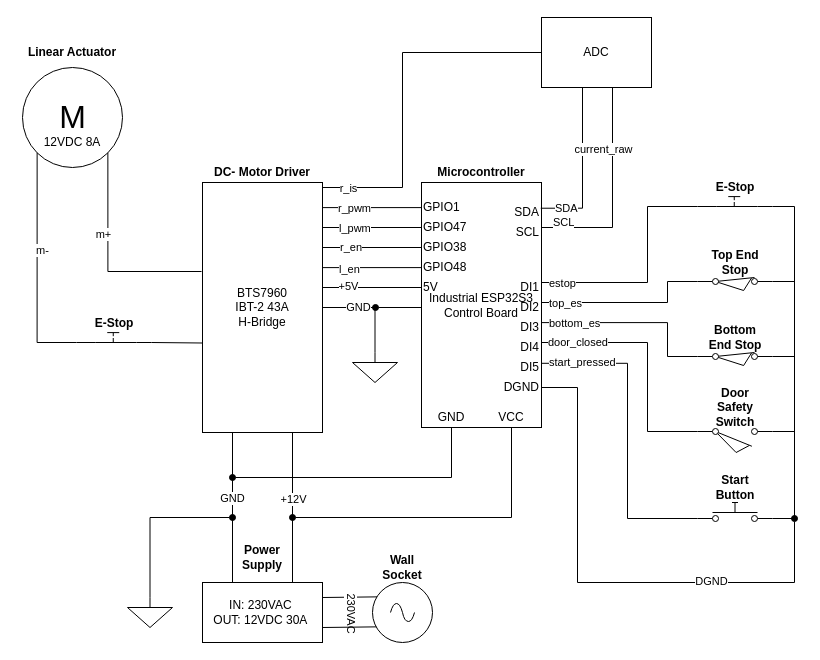
Before: diagrams/electrical schematic Papppresse.drawio in niklasdathe/Papppresse, a draw.io diagram. Source tidied: cells renumbered, new cells numbered last; positions are measured from the earlier drawing's top-left corner, leaving out a move shared by most shapes. Both pictures are drawn from the tidied source at 100%, with x=0, y=0 at pixel (17, 17).
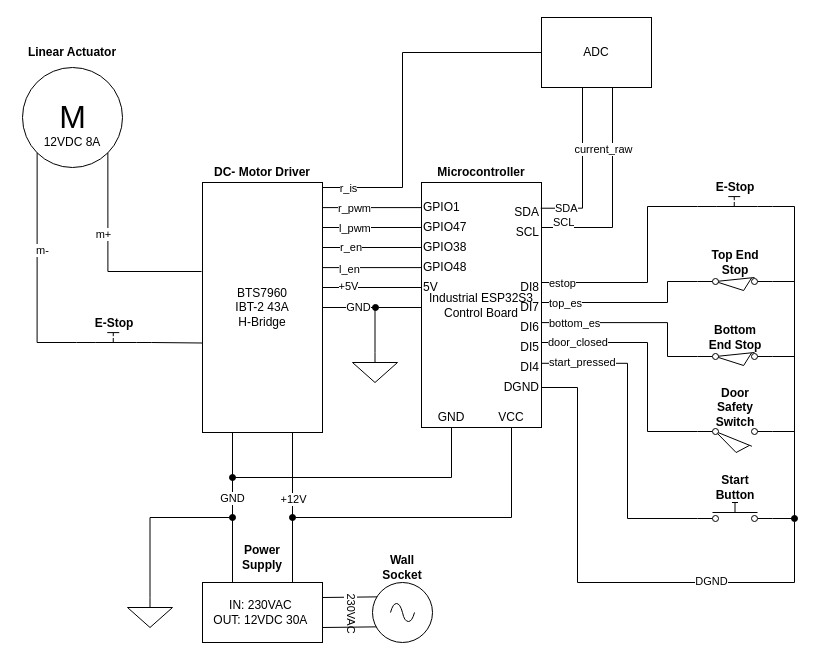
The same page after the edit.

The edit, as a diff of the source:
```diff
@@
-    <mxCell id="72" value="DI1" style="text;html=1;whiteSpace=wrap;strokeColor=none;fillColor=none;align=right;verticalAlign=middle;rounded=0;" parent="1" vertex="1">
+    <mxCell id="72" value="DI8" style="text;html=1;whiteSpace=wrap;strokeColor=none;fillColor=none;align=right;verticalAlign=middle;rounded=0;" parent="1" vertex="1">
       <mxGeometry x="464" y="255" width="60" height="30" as="geometry" />
     </mxCell>
-    <mxCell id="73" value="DI2" style="text;html=1;whiteSpace=wrap;strokeColor=none;fillColor=none;align=right;verticalAlign=middle;rounded=0;" parent="1" vertex="1">
+    <mxCell id="73" value="DI7" style="text;html=1;whiteSpace=wrap;strokeColor=none;fillColor=none;align=right;verticalAlign=middle;rounded=0;" parent="1" vertex="1">
       <mxGeometry x="464" y="275" width="60" height="30" as="geometry" />
     </mxCell>
-    <mxCell id="74" value="DI3" style="text;html=1;whiteSpace=wrap;strokeColor=none;fillColor=none;align=right;verticalAlign=middle;rounded=0;" parent="1" vertex="1">
+    <mxCell id="74" value="DI6" style="text;html=1;whiteSpace=wrap;strokeColor=none;fillColor=none;align=right;verticalAlign=middle;rounded=0;" parent="1" vertex="1">
       <mxGeometry x="464" y="295" width="60" height="30" as="geometry" />
     </mxCell>
-    <mxCell id="75" value="DI4" style="text;html=1;whiteSpace=wrap;strokeColor=none;fillColor=none;align=right;verticalAlign=middle;rounded=0;" parent="1" vertex="1">
+    <mxCell id="75" value="DI5" style="text;html=1;whiteSpace=wrap;strokeColor=none;fillColor=none;align=right;verticalAlign=middle;rounded=0;" parent="1" vertex="1">
       <mxGeometry x="464" y="315" width="60" height="30" as="geometry" />
     </mxCell>
-    <mxCell id="76" value="DI5" style="text;html=1;whiteSpace=wrap;strokeColor=none;fillColor=none;align=right;verticalAlign=middle;rounded=0;" parent="1" vertex="1">
+    <mxCell id="76" value="DI4" style="text;html=1;whiteSpace=wrap;strokeColor=none;fillColor=none;align=right;verticalAlign=middle;rounded=0;" parent="1" vertex="1">
       <mxGeometry x="464" y="335" width="60" height="30" as="geometry" />
     </mxCell>
```
